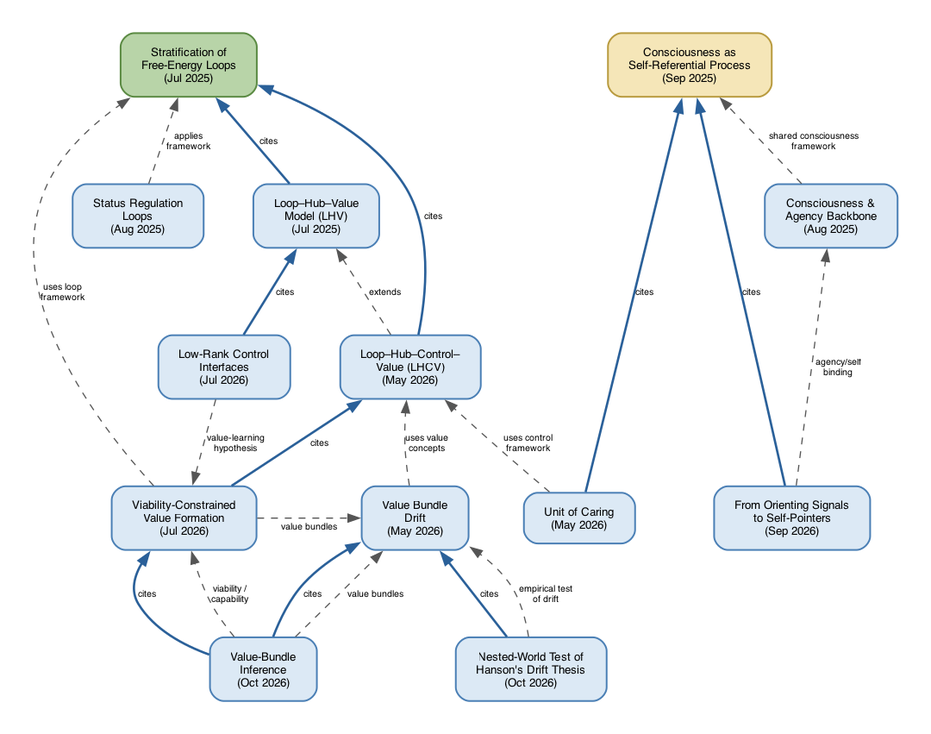
The Graphviz diagram papers/paper-references.png in GunnarZarncke/brain-to-values, before a commit. Its source is kept beside it as papers/paper-references.dot.
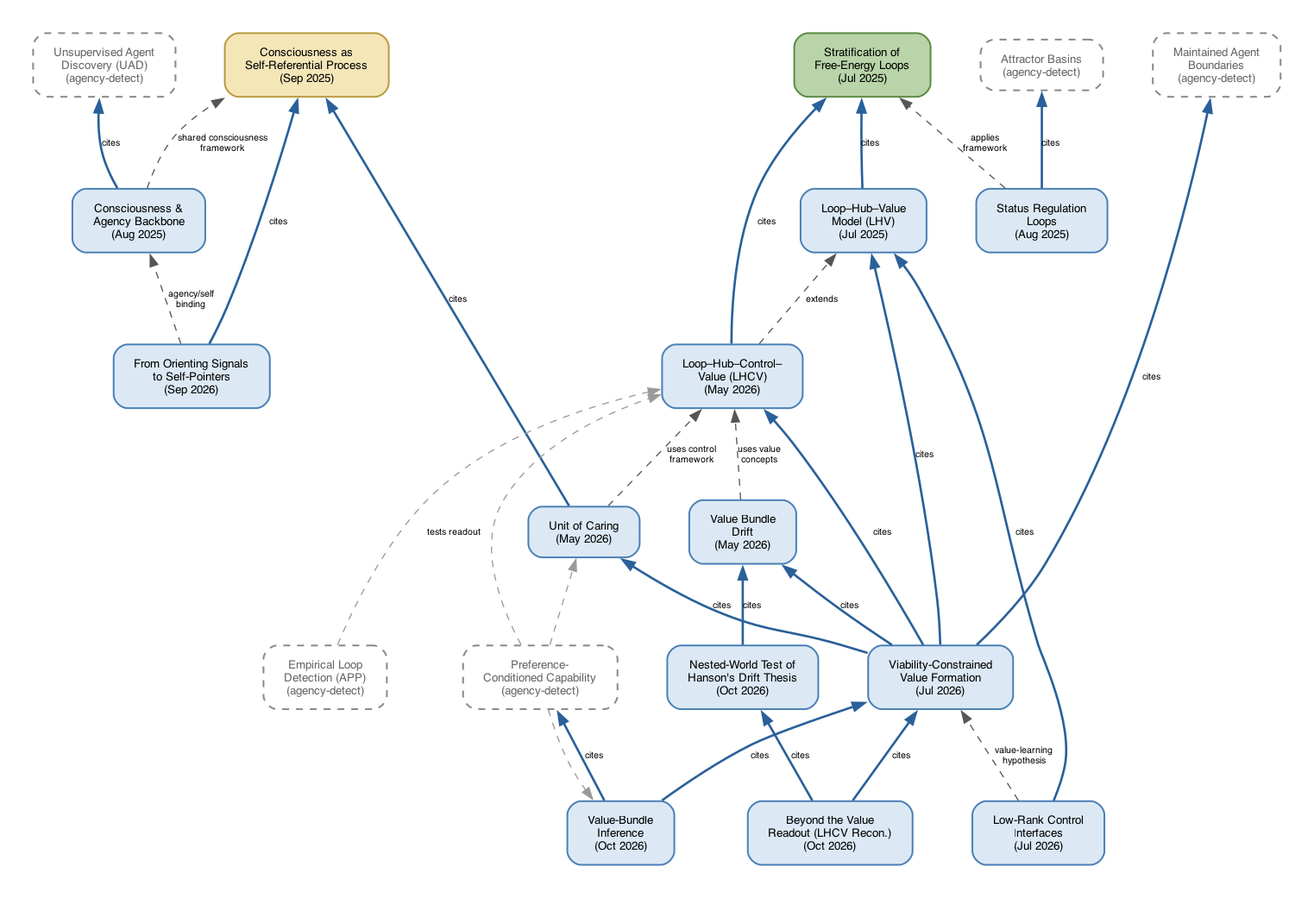
Above is the later version.

What changed in the source:
```diff
@@ -3,7 +3,7 @@
     bgcolor="transparent";
     pad=0.4;
     nodesep=0.6;
-    ranksep=0.8;
+    ranksep=0.85;
 
     node [
         shape=box, style="rounded,filled",
@@ -16,45 +16,65 @@
     FEL  [label="Stratification of\nFree-Energy Loops\n(Jul 2025)", fillcolor="#b8d4a8", color="#5a8a42"];
     CSR  [label="Consciousness as\nSelf-Referential Process\n(Sep 2025)", fillcolor="#f5e6b8", color="#b89a3e"];
 
+    LHV  [label="Loop–Hub–Value\nModel (LHV)\n(Jul 2025)"];
     SRL  [label="Status Regulation\nLoops\n(Aug 2025)"];
-    LHV  [label="Loop–Hub–Value\nModel (LHV)\n(Jul 2025)"];
     CAB  [label="Consciousness &\nAgency Backbone\n(Aug 2025)"];
 
     LHCV [label="Loop–Hub–Control–\nValue (LHCV)\n(May 2026)"];
-    LRCI [label="Low-Rank Control\nInterfaces\n(Jul 2026)"];
+    SP   [label="From Orienting Signals\nto Self-Pointers\n(Sep 2026)"];
 
     VBD  [label="Value Bundle\nDrift\n(May 2026)"];
     UoC  [label="Unit of Caring\n(May 2026)"];
+
     VV   [label="Viability-Constrained\nValue Formation\n(Jul 2026)"];
-    SP   [label="From Orienting Signals\nto Self-Pointers\n(Sep 2026)"];
-    VBI  [label="Value-Bundle\nInference\n(Oct 2026)"];
     OHV  [label="Nested-World Test of\nHanson's Drift Thesis\n(Oct 2026)"];
 
-    { rank=same; SRL; LHV; CAB; }
-    { rank=same; LHCV; LRCI; }
-    { rank=same; VBD; UoC; VV; SP; }
-    { rank=same; VBI; OHV; }
+    LHCR [label="Beyond the Value\nReadout (LHCV Recon.)\n(Oct 2026)"];
+    LRCI [label="Low-Rank Control\nInterfaces\n(Jul 2026)"];
+    VBI  [label="Value-Bundle\nInference\n(Oct 2026)"];
+
+    UAD  [label="Unsupervised Agent\nDiscovery (UAD)\n(agency-detect)", fillcolor="white", style="rounded,dashed", color="#888888", fontcolor="#666666"];
+    ABC  [label="Attractor Basins\n(agency-detect)", fillcolor="white", style="rounded,dashed", color="#888888", fontcolor="#666666"];
+    MBU  [label="Maintained Agent\nBoundaries\n(agency-detect)", fillcolor="white", style="rounded,dashed", color="#888888", fontcolor="#666666"];
+    APP  [label="Empirical Loop\nDetection (APP)\n(agency-detect)", fillcolor="white", style="rounded,dashed", color="#888888", fontcolor="#666666"];
+    PCC  [label="Preference-\nConditioned Capability\n(agency-detect)", fillcolor="white", style="rounded,dashed", color="#888888", fontcolor="#666666"];
+
+    { rank=max; FEL; CSR; UAD; ABC; MBU; }
+    { rank=same; LHV; SRL; CAB; }
+    { rank=same; LHCV; SP; }
+    { rank=same; VBD; UoC; }
+    { rank=same; VV; OHV; }
+    { rank=same; APP; PCC; }
+    { rank=min; LHCR; LRCI; VBI; }
 
     LHV  -> FEL  [label="cites", penwidth=2, color="#2a6099"];
     LHCV -> FEL  [label="cites", penwidth=2, color="#2a6099"];
+    VV   -> LHV  [label="cites", penwidth=2, color="#2a6099"];
+    VV   -> LHCV [label="cites", penwidth=2, color="#2a6099"];
+    VV   -> VBD  [label="cites", penwidth=2, color="#2a6099"];
+    VV   -> UoC  [label="cites", penwidth=2, color="#2a6099"];
+    VV   -> MBU  [label="cites", penwidth=2, color="#2a6099"];
     UoC  -> CSR  [label="cites", penwidth=2, color="#2a6099"];
-    VV   -> LHCV [label="cites", penwidth=2, color="#2a6099"];
+    CAB  -> UAD  [label="cites", penwidth=2, color="#2a6099"];
+    SRL  -> ABC  [label="cites", penwidth=2, color="#2a6099"];
     LRCI -> LHV  [label="cites", penwidth=2, color="#2a6099"];
     SP   -> CSR  [label="cites", penwidth=2, color="#2a6099"];
-    VBI  -> VBD  [label="cites", penwidth=2, color="#2a6099"];
     VBI  -> VV   [label="cites", penwidth=2, color="#2a6099"];
+    VBI  -> PCC  [label="cites", penwidth=2, color="#2a6099"];
     OHV  -> VBD  [label="cites", penwidth=2, color="#2a6099"];
+    LHCR -> VV   [label="cites", penwidth=2, color="#2a6099"];
+    LHCR -> OHV  [label="cites", penwidth=2, color="#2a6099"];
+
+    APP  -> LHCV [style=dashed, color="#999999", label="tests readout"];
+    PCC  -> LHCV [style=dashed, color="#999999"];
+    PCC  -> UoC  [style=dashed, color="#999999"];
+    PCC  -> VBI  [style=dashed, color="#999999"];
 
     LHCV -> LHV  [style=dashed, label="extends"];
     SRL  -> FEL  [style=dashed, label="applies\nframework"];
     VBD  -> LHCV [style=dashed, label="uses value\nconcepts"];
     UoC  -> LHCV [style=dashed, label="uses control\nframework"];
     CAB  -> CSR  [style=dashed, label="shared consciousness\nframework"];
-    VV   -> FEL  [style=dashed, label="uses loop\nframework"];
-    VV   -> VBD  [style=dashed, label="value bundles"];
     LRCI -> VV   [style=dashed, label="value-learning\nhypothesis"];
     SP   -> CAB  [style=dashed, label="agency/self\nbinding"];
-    VBI  -> VBD  [style=dashed, label="value bundles"];
-    VBI  -> VV   [style=dashed, label="viability /\ncapability"];
-    OHV  -> VBD  [style=dashed, label="empirical test\nof drift"];
 }
```
